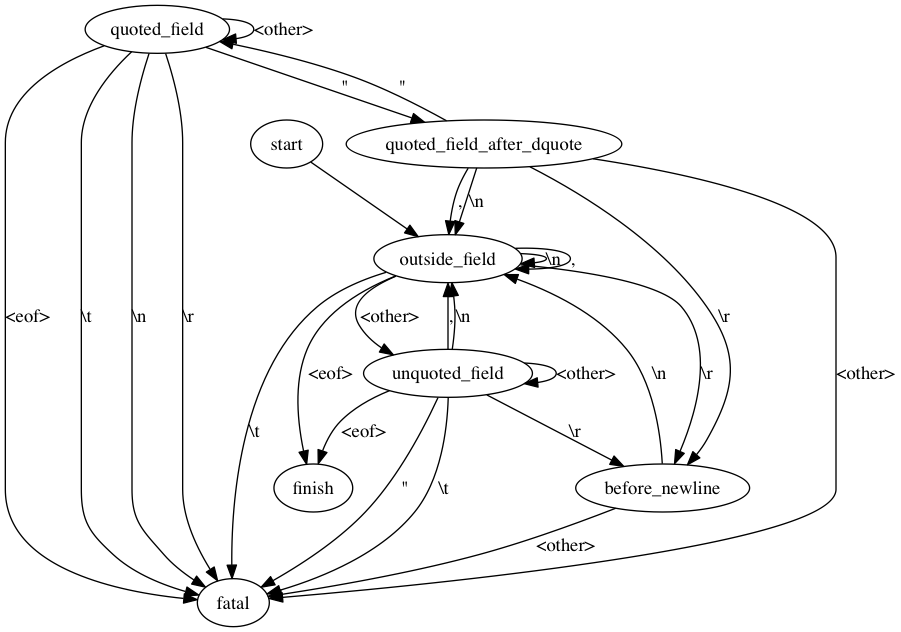
Before: src/fast-csv-to-tsv/state.png, a diagram exported from Graphviz (clarkgrubb/data-tools). Its source is kept beside it as src/fast-csv-to-tsv/state.dot.
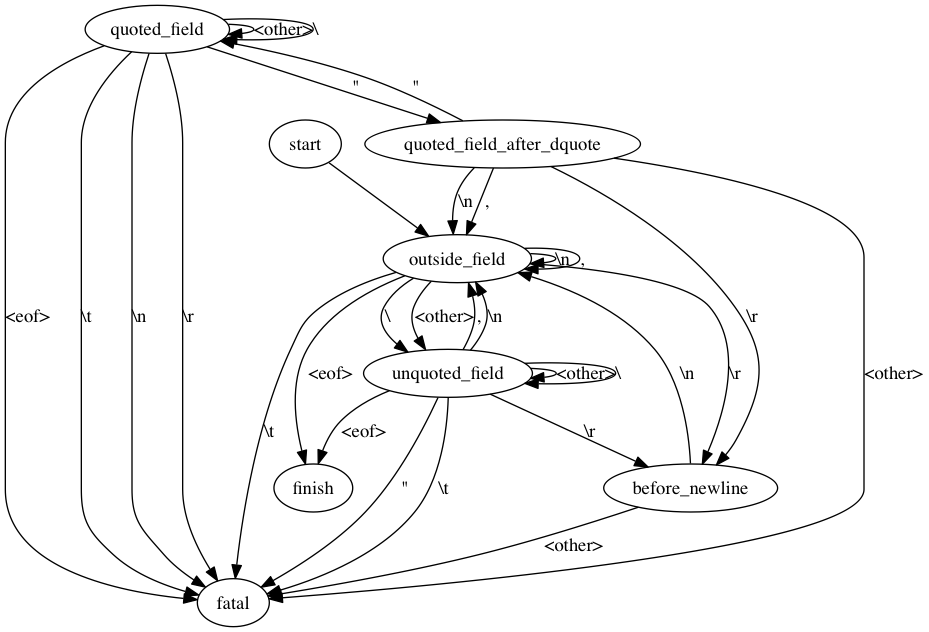
Later version of the same file.

Diff of the diagram source:
```diff
@@ -5,6 +5,7 @@
         outside_field -> before_newline [label="\\r"];
         outside_field -> outside_field [label=","];
         outside_field -> finish [label="<eof>"];
+        outside_field -> unquoted_field [label="\\"];
         outside_field -> unquoted_field [label="<other>"];
         outside_field -> fatal [label="\\t"];
 
@@ -14,11 +15,13 @@
         unquoted_field -> unquoted_field [label="<other>"];
         unquoted_field -> finish [label="<eof>"];
         unquoted_field -> fatal [label="\""];
+        unquoted_field -> unquoted_field [label="\\"];
         unquoted_field -> fatal [label="\\t"];
 
         quoted_field -> quoted_field [label="<other>"];
         quoted_field -> quoted_field_after_dquote [label="\""];
         quoted_field -> fatal [label="<eof>"];
+        quoted_field -> quoted_field [label="\\"];
         quoted_field -> fatal [label="\\t"];
         quoted_field -> fatal [label="\\n"];
         quoted_field -> fatal [label="\\r"];
```
